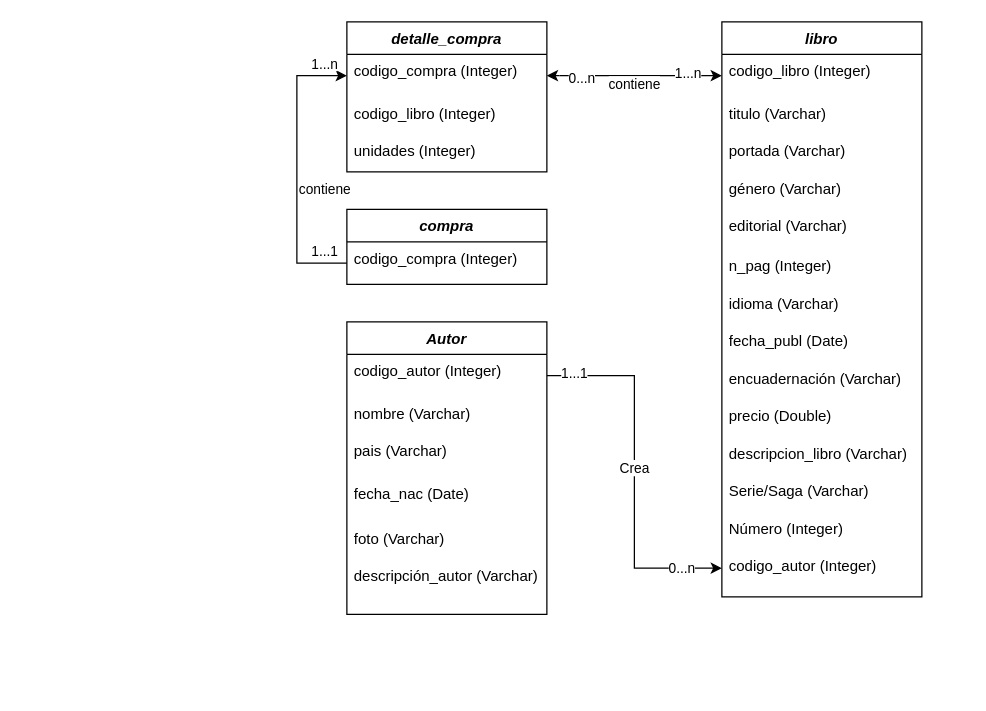
MariD3v/Mari_BookStore keeps this draw.io diagram as public/Diagrama entidad relación.drawio. Above is the earlier version. Source tidied: cells renumbered, new cells numbered last; positions are measured from the earlier drawing's top-left corner, leaving out a move shared by most shapes. Both pictures are drawn from the tidied source at 125%, with x=0, y=0 at pixel (296, 21).
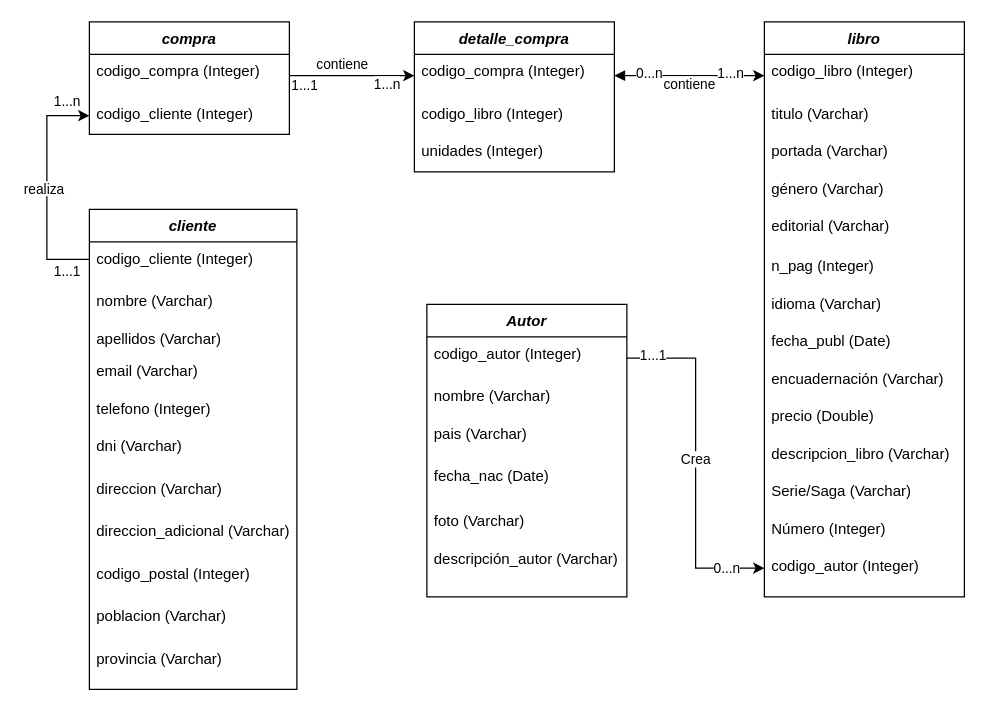
Above is the later version.

Unchanged cells that the change refers to:
```xml
<mxCell id="10" value="codigo_libro (Integer)" style="text;align=left;verticalAlign=top;spacingLeft=4;spacingRight=4;overflow=hidden;points=[[0,0.5],[1,0.5]];portConstraint=eastwest;rounded=0;shadow=0;html=0;" parent="9" vertex="1">
  <mxGeometry y="26" width="160" height="34" as="geometry" />
</mxCell>
<mxCell id="29" value="codigo_compra (Integer)" style="text;align=left;verticalAlign=top;spacingLeft=4;spacingRight=4;overflow=hidden;points=[[0,0.5],[1,0.5]];portConstraint=eastwest;rounded=0;shadow=0;html=0;" parent="28" vertex="1">
  <mxGeometry y="26" width="160" height="34" as="geometry" />
</mxCell>
<mxCell id="34" value="codigo_compra (Integer)" style="text;align=left;verticalAlign=top;spacingLeft=4;spacingRight=4;overflow=hidden;points=[[0,0.5],[1,0.5]];portConstraint=eastwest;rounded=0;shadow=0;html=0;" parent="33" vertex="1">
  <mxGeometry y="26" width="160" height="34" as="geometry" />
</mxCell>
```

What changed in the source:
```diff
@@
     <mxCell id="2" value="Autor" style="swimlane;fontStyle=3;align=center;verticalAlign=top;horizontal=1;startSize=26;rounded=0;shadow=0;strokeWidth=1;" parent="1" vertex="1">
-      <mxGeometry x="40" y="240" width="160" height="234" as="geometry" />
+      <mxGeometry x="104" y="226" width="160" height="234" as="geometry" />
     </mxCell>
@@
     <mxCell id="9" value="libro" style="swimlane;fontStyle=3;align=center;verticalAlign=top;horizontal=1;startSize=26;rounded=0;shadow=0;strokeWidth=1;" parent="1" vertex="1">
-      <mxGeometry x="340" width="160" height="460" as="geometry" />
+      <mxGeometry x="374" width="160" height="460" as="geometry" />
     </mxCell>
@@
     <mxCell id="28" value="compra" style="swimlane;fontStyle=3;align=center;verticalAlign=top;horizontal=1;startSize=26;rounded=0;shadow=0;strokeWidth=1;" parent="1" vertex="1">
-      <mxGeometry x="40" y="150" width="160" height="60" as="geometry" />
+      <mxGeometry x="-166" width="160" height="90" as="geometry" />
     </mxCell>
@@
+    <mxCell id="42" value="codigo_cliente (Integer)" style="text;align=left;verticalAlign=top;spacingLeft=4;spacingRight=4;overflow=hidden;points=[[0,0.5],[1,0.5]];portConstraint=eastwest;" parent="28" vertex="1">
+      <mxGeometry y="60" width="160" height="30" as="geometry" />
+    </mxCell>
-    <mxCell id="30" value="contiene" style="edgeStyle=orthogonalEdgeStyle;rounded=0;jettySize=auto;html=1;entryX=0;entryY=0.5;entryDx=0;entryDy=0;" parent="1" edge="1" target="10">
-      <mxGeometry x="-0.08" y="-7" relative="1" as="geometry">
-        <mxPoint x="210" y="43" as="sourcePoint" />
-        <Array as="points">
-          <mxPoint x="220" y="43" />
-        </Array>
-      </mxGeometry>
+    <mxCell id="30" value="contiene" style="edgeStyle=orthogonalEdgeStyle;rounded=0;jettySize=auto;html=1;entryX=0;entryY=0.5;entryDx=0;entryDy=0;exitX=1;exitY=0.5;exitDx=0;exitDy=0;startArrow=block;startFill=1;" parent="1" edge="1" source="34" target="10">
+      <mxGeometry y="-7" relative="1" as="geometry" />
     </mxCell>
     <mxCell id="31" value="1...n" style="edgeLabel;html=1;align=center;verticalAlign=middle;" parent="1" vertex="1">
-      <mxGeometry x="320" y="220" as="geometry">
+      <mxGeometry x="354" y="220" as="geometry">
         <mxPoint x="-8" y="-180" as="offset" />
       </mxGeometry>
     </mxCell>
     <mxCell id="32" value="0...n" style="edgeLabel;html=1;align=center;verticalAlign=middle;" parent="1" vertex="1">
-      <mxGeometry x="270" y="380" as="geometry">
+      <mxGeometry x="324" y="376" as="geometry">
         <mxPoint x="-43" y="-336" as="offset" />
       </mxGeometry>
     </mxCell>
     <mxCell id="33" value="detalle_compra" style="swimlane;fontStyle=3;align=center;verticalAlign=top;horizontal=1;startSize=26;rounded=0;shadow=0;strokeWidth=1;" parent="1" vertex="1">
-      <mxGeometry x="40" width="160" height="120" as="geometry" />
+      <mxGeometry x="94" width="160" height="120" as="geometry" />
     </mxCell>
@@
     <mxCell id="37" value="&lt;div style=&quot;text-align: center;&quot;&gt;&lt;span style=&quot;font-size: 11px; text-wrap: nowrap; background-color: rgb(255, 255, 255);&quot;&gt;contiene&lt;/span&gt;&lt;/div&gt;" style="text;whiteSpace=wrap;html=1;" parent="1" vertex="1">
-      <mxGeometry y="120" width="30" height="40" as="geometry" />
+      <mxGeometry x="14" y="20" width="30" height="40" as="geometry" />
     </mxCell>
-    <mxCell id="38" value="&lt;span style=&quot;color: rgb(0, 0, 0); font-family: Helvetica; font-size: 11px; font-style: normal; font-variant-ligatures: normal; font-variant-caps: normal; font-weight: 400; letter-spacing: normal; orphans: 2; text-align: center; text-indent: 0px; text-transform: none; widows: 2; word-spacing: 0px; -webkit-text-stroke-width: 0px; white-space: nowrap; background-color: rgb(255, 255, 255); text-decoration-thickness: initial; text-decoration-style: initial; text-decoration-color: initial; display: inline !important; float: none;&quot;&gt;1...1&lt;/span&gt;" style="text;whiteSpace=wrap;html=1;" parent="1" vertex="1">
-      <mxGeometry x="10" y="170" width="30" height="40" as="geometry" />
+    <mxCell id="38" value="&lt;span style=&quot;color: rgb(0, 0, 0); font-family: Helvetica; font-size: 11px; font-style: normal; font-variant-ligatures: normal; font-variant-caps: normal; font-weight: 400; letter-spacing: normal; orphans: 2; text-align: center; text-indent: 0px; text-transform: none; widows: 2; word-spacing: 0px; -webkit-text-stroke-width: 0px; white-space: nowrap; background-color: rgb(255, 255, 255); text-decoration-thickness: initial; text-decoration-style: initial; text-decoration-color: initial; display: inline !important; float: none;&quot;&gt;1...1&lt;/span&gt;" style="text;whiteSpace=wrap;html=1;strokeWidth=2;" parent="1" vertex="1">
+      <mxGeometry x="-6" y="37" width="30" height="40" as="geometry" />
     </mxCell>
     <mxCell id="39" style="endArrow=classic;html=1;rounded=0;entryX=1;entryY=0.5;entryDx=0;entryDy=0;" parent="1" edge="1" target="34">
       <mxGeometry relative="1" as="geometry">
-        <mxPoint x="210" y="43" as="sourcePoint" />
+        <mxPoint x="254" y="43" as="sourcePoint" />
       </mxGeometry>
     </mxCell>
-    <mxCell id="40" style="edgeStyle=orthogonalEdgeStyle;rounded=0;jettySize=auto;html=1;exitX=0;exitY=0.5;exitDx=0;exitDy=0;entryX=0;entryY=0.5;entryDx=0;entryDy=0;" parent="1" edge="1" source="29" target="34">
+    <mxCell id="40" style="edgeStyle=orthogonalEdgeStyle;rounded=0;jettySize=auto;html=1;exitX=1;exitY=0.5;exitDx=0;exitDy=0;entryX=0;entryY=0.5;entryDx=0;entryDy=0;" parent="1" edge="1" source="29" target="34">
       <mxGeometry relative="1" as="geometry">
         <Array as="points">
-          <mxPoint y="193" />
-          <mxPoint y="43" />
+          <mxPoint x="34" y="43" />
+          <mxPoint x="34" y="43" />
         </Array>
       </mxGeometry>
     </mxCell>
     <mxCell id="41" value="&lt;span style=&quot;color: rgb(0, 0, 0); font-family: Helvetica; font-size: 11px; font-style: normal; font-variant-ligatures: normal; font-variant-caps: normal; font-weight: 400; letter-spacing: normal; orphans: 2; text-align: center; text-indent: 0px; text-transform: none; widows: 2; word-spacing: 0px; -webkit-text-stroke-width: 0px; white-space: nowrap; background-color: rgb(255, 255, 255); text-decoration-thickness: initial; text-decoration-style: initial; text-decoration-color: initial; display: inline !important; float: none;&quot;&gt;1...n&lt;/span&gt;" style="text;whiteSpace=wrap;html=1;" parent="1" vertex="1">
-      <mxGeometry x="10" y="20" width="30" height="40" as="geometry" />
+      <mxGeometry x="60" y="36" width="30" height="40" as="geometry" />
     </mxCell>
+    <mxCell id="43" value="cliente" style="swimlane;fontStyle=3;align=center;verticalAlign=top;horizontal=1;startSize=26;rounded=0;shadow=0;strokeWidth=1;" parent="1" vertex="1">
+      <mxGeometry x="-166" y="150" width="166" height="384" as="geometry" />
+    </mxCell>
+    <mxCell id="44" value="codigo_cliente (Integer)" style="text;align=left;verticalAlign=top;spacingLeft=4;spacingRight=4;overflow=hidden;points=[[0,0.5],[1,0.5]];portConstraint=eastwest;rounded=0;shadow=0;html=0;" parent="43" vertex="1">
+      <mxGeometry y="26" width="166" height="34" as="geometry" />
+    </mxCell>
+    <mxCell id="45" value="nombre (Varchar)" style="text;align=left;verticalAlign=top;spacingLeft=4;spacingRight=4;overflow=hidden;" parent="43" vertex="1">
+      <mxGeometry y="60" width="166" height="30" as="geometry" />
+    </mxCell>
+    <mxCell id="46" value="apellidos (Varchar)" style="text;align=left;verticalAlign=top;spacingLeft=4;spacingRight=4;overflow=hidden;rounded=0;shadow=0;html=0;" parent="43" vertex="1">
+      <mxGeometry y="90" width="166" height="26" as="geometry" />
+    </mxCell>
+    <mxCell id="47" value="email (Varchar)" style="text;align=left;verticalAlign=top;spacingLeft=4;spacingRight=4;overflow=hidden;" parent="43" vertex="1">
+      <mxGeometry y="116" width="166" height="30" as="geometry" />
+    </mxCell>
+    <mxCell id="48" value="telefono (Integer)" style="text;align=left;verticalAlign=top;spacingLeft=4;spacingRight=4;overflow=hidden;rounded=0;shadow=0;html=0;" parent="43" vertex="1">
+      <mxGeometry y="146" width="166" height="30" as="geometry" />
+    </mxCell>
+    <mxCell id="49" value="dni (Varchar)" style="text;align=left;verticalAlign=top;spacingLeft=4;spacingRight=4;overflow=hidden;rounded=0;shadow=0;html=0;" parent="43" vertex="1">
+      <mxGeometry y="176" width="166" height="34" as="geometry" />
+    </mxCell>
+    <mxCell id="50" value="direccion (Varchar)" style="text;align=left;verticalAlign=top;spacingLeft=4;spacingRight=4;overflow=hidden;rounded=0;shadow=0;html=0;" parent="43" vertex="1">
+      <mxGeometry y="210" width="166" height="34" as="geometry" />
+    </mxCell>
+    <mxCell id="51" value="direccion_adicional (Varchar)" style="text;align=left;verticalAlign=top;spacingLeft=4;spacingRight=4;overflow=hidden;rounded=0;shadow=0;html=0;" parent="43" vertex="1">
+      <mxGeometry y="244" width="166" height="34" as="geometry" />
+    </mxCell>
+    <mxCell id="52" value="codigo_postal (Integer)" style="text;align=left;verticalAlign=top;spacingLeft=4;spacingRight=4;overflow=hidden;rounded=0;shadow=0;html=0;" parent="43" vertex="1">
+      <mxGeometry y="278" width="166" height="34" as="geometry" />
+    </mxCell>
+    <mxCell id="53" value="poblacion (Varchar)" style="text;align=left;verticalAlign=top;spacingLeft=4;spacingRight=4;overflow=hidden;rounded=0;shadow=0;html=0;" parent="43" vertex="1">
+      <mxGeometry y="312" width="166" height="34" as="geometry" />
+    </mxCell>
+    <mxCell id="54" value="provincia (Varchar)" style="text;align=left;verticalAlign=top;spacingLeft=4;spacingRight=4;overflow=hidden;rounded=0;shadow=0;html=0;" parent="43" vertex="1">
+      <mxGeometry y="346" width="166" height="34" as="geometry" />
+    </mxCell>
+    <mxCell id="55" style="edgeStyle=orthogonalEdgeStyle;rounded=0;jettySize=auto;html=1;entryX=0;entryY=0.5;entryDx=0;entryDy=0;" parent="1" edge="1" source="44" target="42">
+      <mxGeometry relative="1" as="geometry">
+        <Array as="points">
+          <mxPoint x="-200" y="190" />
+          <mxPoint x="-200" y="75" />
+        </Array>
+      </mxGeometry>
+    </mxCell>
+    <mxCell id="56" value="&lt;span style=&quot;color: rgb(0, 0, 0); font-family: Helvetica; font-size: 11px; font-style: normal; font-variant-ligatures: normal; font-variant-caps: normal; font-weight: 400; letter-spacing: normal; orphans: 2; text-align: center; text-indent: 0px; text-transform: none; widows: 2; word-spacing: 0px; -webkit-text-stroke-width: 0px; white-space: nowrap; background-color: rgb(255, 255, 255); text-decoration-thickness: initial; text-decoration-style: initial; text-decoration-color: initial; display: inline !important; float: none;&quot;&gt;1...1&lt;/span&gt;" style="text;whiteSpace=wrap;html=1;strokeWidth=2;" parent="1" vertex="1">
+      <mxGeometry x="-196" y="186" width="30" height="40" as="geometry" />
+    </mxCell>
+    <mxCell id="57" value="&lt;span style=&quot;color: rgb(0, 0, 0); font-family: Helvetica; font-size: 11px; font-style: normal; font-variant-ligatures: normal; font-variant-caps: normal; font-weight: 400; letter-spacing: normal; orphans: 2; text-align: center; text-indent: 0px; text-transform: none; widows: 2; word-spacing: 0px; -webkit-text-stroke-width: 0px; white-space: nowrap; background-color: rgb(255, 255, 255); text-decoration-thickness: initial; text-decoration-style: initial; text-decoration-color: initial; display: inline !important; float: none;&quot;&gt;1...n&lt;/span&gt;" style="text;whiteSpace=wrap;html=1;" parent="1" vertex="1">
+      <mxGeometry x="-196" y="50" width="30" height="40" as="geometry" />
+    </mxCell>
+    <mxCell id="58" value="&lt;div style=&quot;text-align: center;&quot;&gt;&lt;span style=&quot;font-size: 11px; text-wrap: nowrap; background-color: rgb(255, 255, 255);&quot;&gt;realiza&lt;/span&gt;&lt;/div&gt;" style="text;whiteSpace=wrap;html=1;" parent="1" vertex="1">
+      <mxGeometry x="-220" y="120" width="30" height="40" as="geometry" />
+    </mxCell>
```
